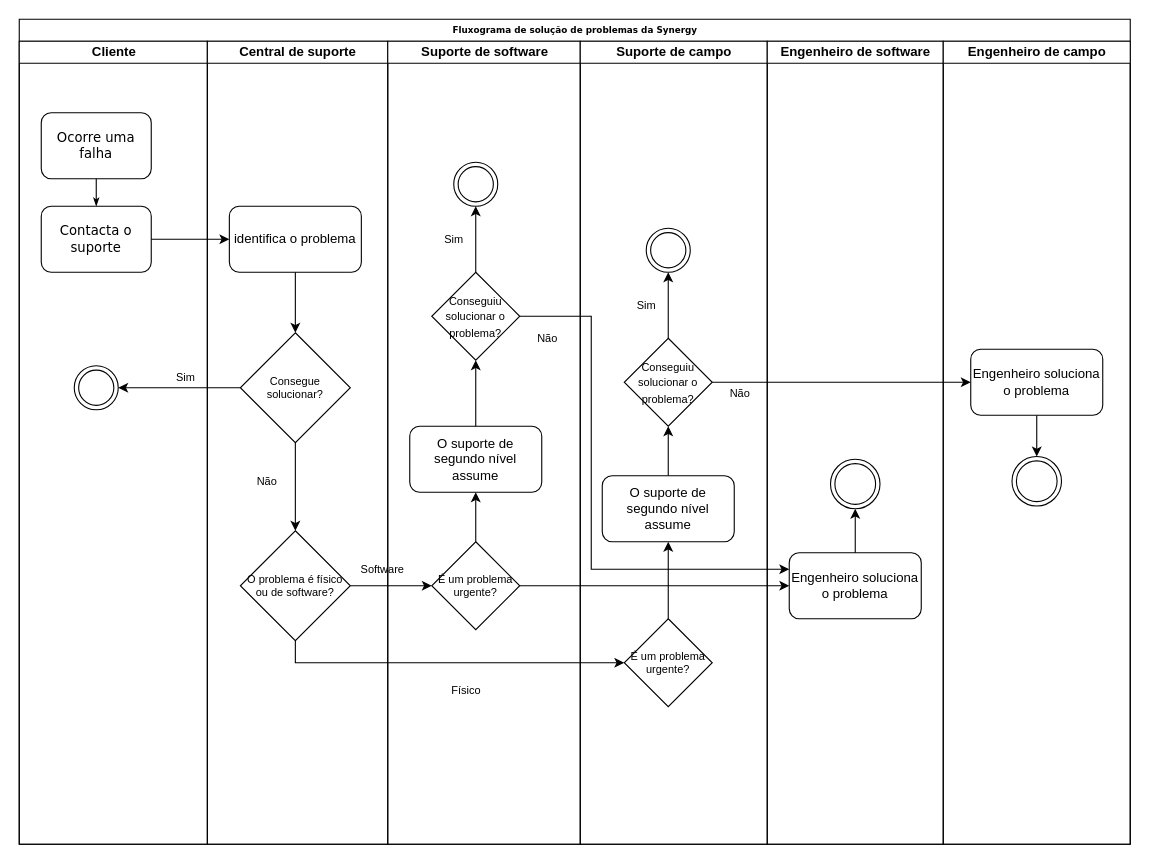
This is Documentação/Fluxograma de solucao.drawio from larissaSousa1998/segunda-sprint, a draw.io file, before an edit. Source tidied: cells renumbered, new cells numbered last; positions are measured from the earlier drawing's top-left corner, leaving out a move shared by most shapes. Both pictures are drawn from the tidied source at 110%, with x=0, y=0 at pixel (19, 19).
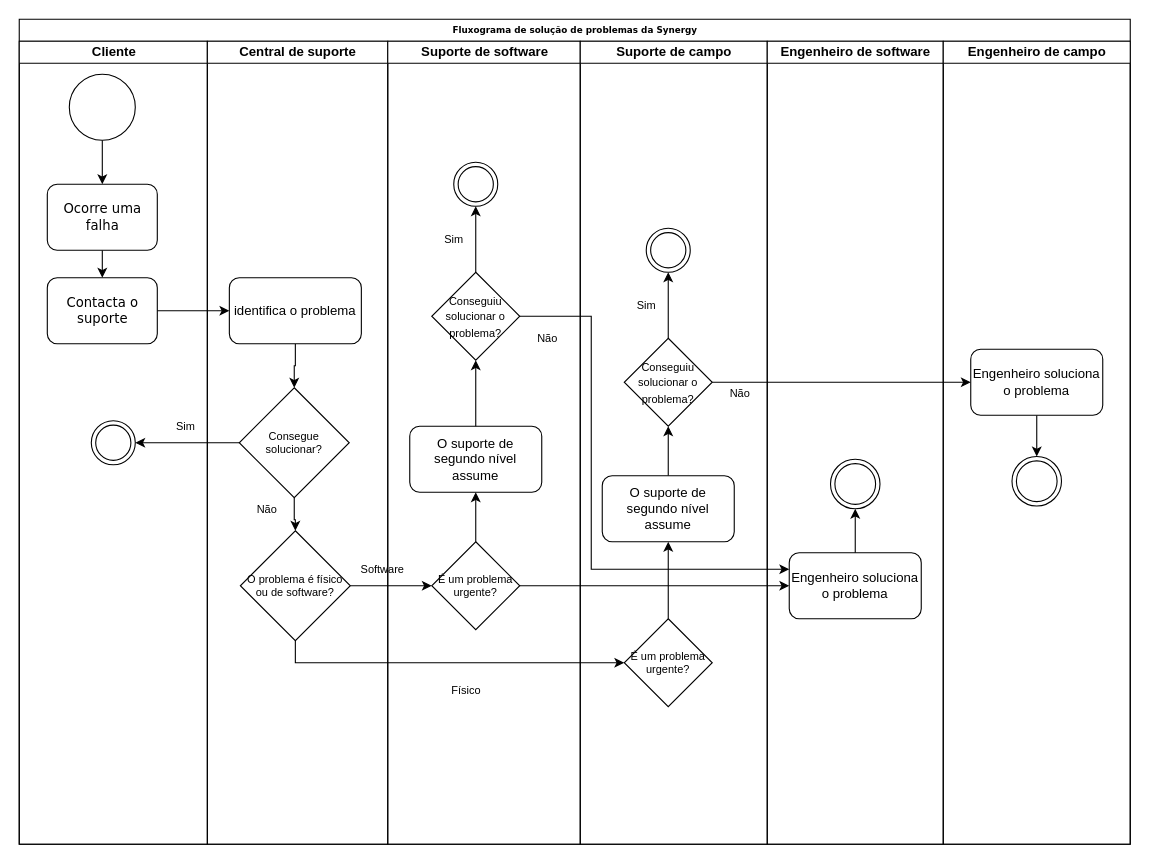
The same page after the edit.

Commit message (it also covers changes not shown here):
fluxograma de solucao

The change refers to these unchanged cells:
```xml
<mxCell id="3" value="Cliente" style="swimlane;html=1;startSize=20;" parent="2" vertex="1">
  <mxGeometry y="20" width="171" height="730" as="geometry" />
</mxCell>
<mxCell id="9" value="Central de suporte" style="swimlane;html=1;startSize=20;" parent="2" vertex="1">
  <mxGeometry x="171" y="20" width="164" height="730" as="geometry" />
</mxCell>
```

Change to the diagram source:
```diff
@@
     <mxCell id="4" value="Contacta o suporte" style="rounded=1;whiteSpace=wrap;html=1;shadow=0;labelBackgroundColor=none;strokeWidth=1;fontFamily=Verdana;fontSize=12;align=center;" parent="3" vertex="1">
-      <mxGeometry x="20" y="150" width="100" height="60" as="geometry" />
+      <mxGeometry x="25.5" y="215" width="100" height="60" as="geometry" />
     </mxCell>
+    <mxCell id="7" style="ellipse;shape=doubleEllipse;whiteSpace=wrap;html=1;fontSize=10;" parent="3" vertex="1">
+      <mxGeometry x="65.5" y="345" width="40" height="40" as="geometry" />
+    </mxCell>
+    <mxCell id="53" style="edgeStyle=orthogonalEdgeStyle;rounded=0;jettySize=auto;html=1;" parent="3" edge="1" source="54" target="5">
+      <mxGeometry relative="1" as="geometry" />
+    </mxCell>
+    <mxCell id="54" style="ellipse;whiteSpace=wrap;html=1;" parent="3" vertex="1">
+      <mxGeometry x="45.5" y="30" width="60" height="60" as="geometry" />
+    </mxCell>
+    <mxCell id="6" style="edgeStyle=orthogonalEdgeStyle;rounded=0;jettySize=auto;html=1;" parent="3" edge="1" source="5" target="4">
+      <mxGeometry relative="1" as="geometry" />
+    </mxCell>
     <mxCell id="5" value="Ocorre uma falha" style="rounded=1;whiteSpace=wrap;html=1;shadow=0;labelBackgroundColor=none;strokeWidth=1;fontFamily=Verdana;fontSize=12;align=center;" parent="3" vertex="1">
-      <mxGeometry x="20" y="65" width="100" height="60" as="geometry" />
+      <mxGeometry x="25.5" y="130" width="100" height="60" as="geometry" />
     </mxCell>
-    <mxCell id="6" style="edgeStyle=orthogonalEdgeStyle;rounded=1;html=1;labelBackgroundColor=none;startArrow=none;startFill=0;startSize=5;endArrow=classicThin;endFill=1;endSize=5;jettySize=auto;strokeWidth=1;fontFamily=Verdana;fontSize=8;" parent="3" edge="1" source="5" target="4">
-      <mxGeometry relative="1" as="geometry" />
-    </mxCell>
-    <mxCell id="7" style="ellipse;shape=doubleEllipse;whiteSpace=wrap;html=1;fontSize=10;" parent="3" vertex="1">
-      <mxGeometry x="50" y="295" width="40" height="40" as="geometry" />
-    </mxCell>
     <mxCell id="8" value="Sim" style="text;html=1;align=center;verticalAlign=middle;fontSize=10;" parent="3" vertex="1">
-      <mxGeometry x="136" y="295" width="30" height="20" as="geometry" />
+      <mxGeometry x="136" y="340" width="30" height="20" as="geometry" />
     </mxCell>
@@
     <mxCell id="10" value="Não" style="text;html=1;align=center;verticalAlign=middle;fontSize=10;" parent="9" vertex="1">
-      <mxGeometry x="39" y="390" width="30" height="20" as="geometry" />
+      <mxGeometry x="39" y="415" width="30" height="20" as="geometry" />
     </mxCell>
-    <mxCell id="11" value="identifica o problema" style="rounded=1;whiteSpace=wrap;html=1;fontSize=12;" parent="9" vertex="1">
-      <mxGeometry x="20" y="150" width="120" height="60" as="geometry" />
-    </mxCell>
@@
+    <mxCell id="11" value="identifica o problema" style="rounded=1;whiteSpace=wrap;html=1;fontSize=12;" parent="9" vertex="1">
+      <mxGeometry x="20" y="215" width="120" height="60" as="geometry" />
+    </mxCell>
+    <mxCell id="15" value="O problema é físico ou de software?" style="rhombus;whiteSpace=wrap;html=1;fontSize=10;" parent="9" vertex="1">
+      <mxGeometry x="30" y="445" width="100" height="100" as="geometry" />
+    </mxCell>
     <mxCell id="14" value="Consegue solucionar?" style="rhombus;whiteSpace=wrap;html=1;fontSize=10;" parent="9" vertex="1">
-      <mxGeometry x="30" y="265" width="100" height="100" as="geometry" />
+      <mxGeometry x="29" y="315" width="100" height="100" as="geometry" />
     </mxCell>
-    <mxCell id="15" value="O problema é físico ou de software?" style="rhombus;whiteSpace=wrap;html=1;fontSize=10;" parent="9" vertex="1">
-      <mxGeometry x="30" y="445" width="100" height="100" as="geometry" />
-    </mxCell>
```
